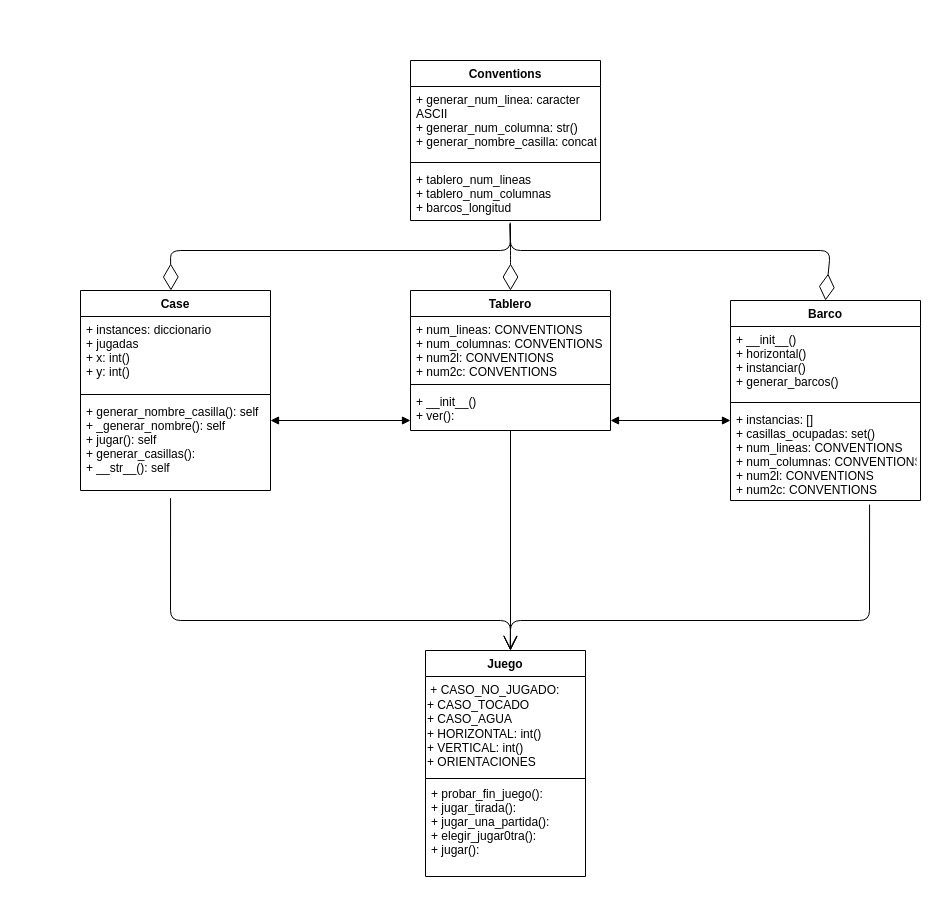
The draw.io diagram UMLS/diagramaclases.drawio in mgonzalz/barcos, before the edit. Source tidied: cells renumbered, new cells numbered last; positions are measured from the earlier drawing's top-left corner, leaving out a move shared by most shapes. Both pictures are drawn from the tidied source at 100%, with x=0, y=0 at pixel (80, 60).
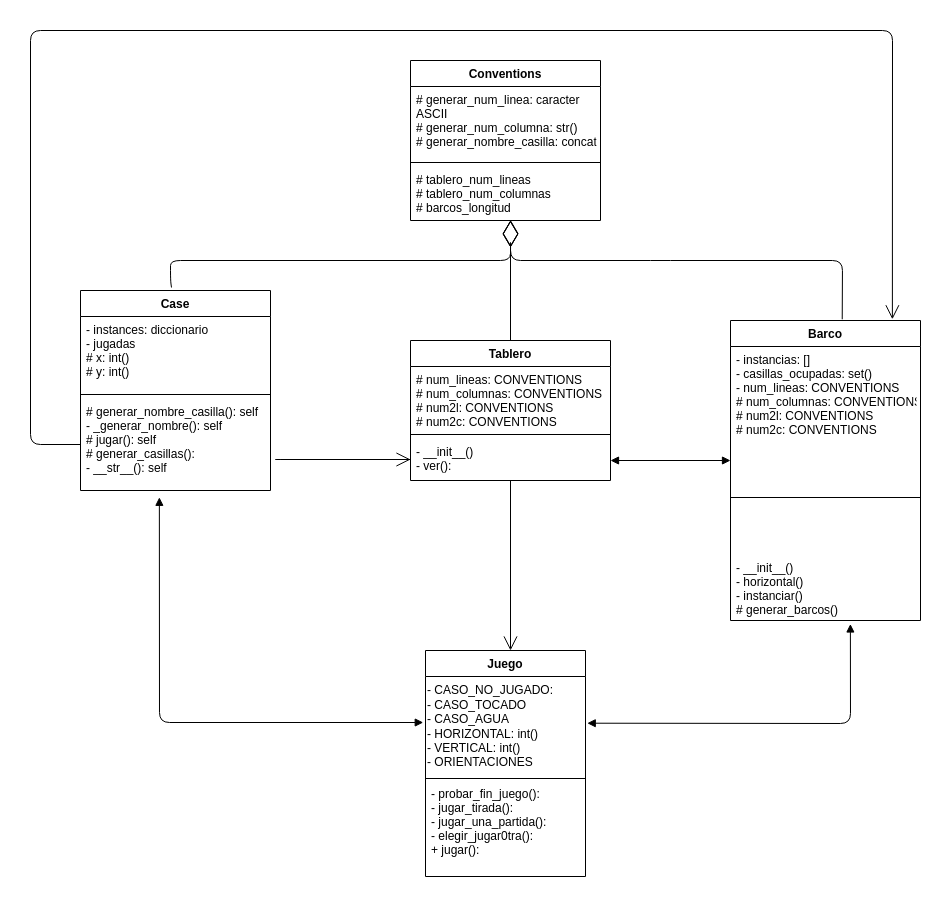
The same page after the edit.

The change refers to these unchanged cells:
```xml
<mxCell id="2" value="Conventions" style="swimlane;fontStyle=1;align=center;verticalAlign=top;horizontal=1;startSize=26;" parent="1" vertex="1">
  <mxGeometry x="330" width="190" height="160" as="geometry" />
</mxCell>
<mxCell id="6" value="Case" style="swimlane;fontStyle=1;align=center;verticalAlign=top;horizontal=1;startSize=26;" parent="1" vertex="1">
  <mxGeometry y="230" width="190" height="200" as="geometry" />
</mxCell>
<mxCell id="21" value="Juego" style="swimlane;fontStyle=1;align=center;verticalAlign=top;horizontal=1;startSize=26;" parent="1" vertex="1">
  <mxGeometry x="345" y="590" width="160" height="226" as="geometry" />
</mxCell>
```

What changed in the source:
```diff
@@
-    <mxCell id="3" value="+ generar_num_linea: caracter&#10;ASCII&#10;+ generar_num_columna: str()&#10;+ generar_nombre_casilla: concat" style="text;strokeColor=none;fillColor=none;align=left;verticalAlign=top;spacingLeft=4;spacingRight=4;overflow=hidden;" parent="2" vertex="1">
+    <mxCell id="3" value="# generar_num_linea: caracter&#10;ASCII&#10;# generar_num_columna: str()&#10;# generar_nombre_casilla: concat" style="text;strokeColor=none;fillColor=none;align=left;verticalAlign=top;spacingLeft=4;spacingRight=4;overflow=hidden;" parent="2" vertex="1">
       <mxGeometry y="26" width="190" height="72" as="geometry" />
     </mxCell>
@@
-    <mxCell id="5" value="+ tablero_num_lineas&#10;+ tablero_num_columnas&#10;+ barcos_longitud" style="text;strokeColor=none;fillColor=none;align=left;verticalAlign=top;spacingLeft=4;spacingRight=4;overflow=hidden;points=[[0,0.5],[1,0.5]];portConstraint=eastwest;" parent="2" vertex="1">
+    <mxCell id="5" value="# tablero_num_lineas&#10;# tablero_num_columnas&#10;# barcos_longitud" style="text;strokeColor=none;fillColor=none;align=left;verticalAlign=top;spacingLeft=4;spacingRight=4;overflow=hidden;points=[[0,0.5],[1,0.5]];portConstraint=eastwest;" parent="2" vertex="1">
       <mxGeometry y="106" width="190" height="54" as="geometry" />
     </mxCell>
@@
-    <mxCell id="7" value="+ instances: diccionario&#10;+ jugadas&#10;+ x: int()&#10;+ y: int()" style="text;strokeColor=none;fillColor=none;align=left;verticalAlign=top;spacingLeft=4;spacingRight=4;overflow=hidden;" parent="6" vertex="1">
+    <mxCell id="7" value="- instances: diccionario&#10;- jugadas&#10;# x: int()&#10;# y: int()" style="text;strokeColor=none;fillColor=none;align=left;verticalAlign=top;spacingLeft=4;spacingRight=4;overflow=hidden;" parent="6" vertex="1">
       <mxGeometry y="26" width="190" height="74" as="geometry" />
     </mxCell>
@@
-    <mxCell id="9" value="+ generar_nombre_casilla(): self&#10;+ _generar_nombre(): self&#10;+ jugar(): self&#10;+ generar_casillas():&#10;+ __str__(): self " style="text;strokeColor=none;fillColor=none;align=left;verticalAlign=top;spacingLeft=4;spacingRight=4;overflow=hidden;points=[[0,0.5],[1,0.5]];portConstraint=eastwest;" parent="6" vertex="1">
+    <mxCell id="9" value="# generar_nombre_casilla(): self&#10;- _generar_nombre(): self&#10;# jugar(): self&#10;# generar_casillas():&#10;- __str__(): self " style="text;strokeColor=none;fillColor=none;align=left;verticalAlign=top;spacingLeft=4;spacingRight=4;overflow=hidden;points=[[0,0.5],[1,0.5]];portConstraint=eastwest;" parent="6" vertex="1">
       <mxGeometry y="108" width="190" height="92" as="geometry" />
     </mxCell>
     <mxCell id="10" value="Barco" style="swimlane;fontStyle=1;align=center;verticalAlign=top;horizontal=1;startSize=26;" parent="1" vertex="1">
-      <mxGeometry x="650" y="240" width="190" height="200" as="geometry" />
+      <mxGeometry x="650" y="260" width="190" height="300" as="geometry" />
     </mxCell>
+    <mxCell id="13" value="- instancias: []&#10;- casillas_ocupadas: set()&#10;- num_lineas: CONVENTIONS&#10;# num_columnas: CONVENTIONS&#10;# num2l: CONVENTIONS&#10;# num2c: CONVENTIONS" style="text;strokeColor=none;fillColor=none;align=left;verticalAlign=top;spacingLeft=4;spacingRight=4;overflow=hidden;points=[[0,0.5],[1,0.5]];portConstraint=eastwest;" parent="10" vertex="1">
+      <mxGeometry y="26" width="190" height="94" as="geometry" />
+    </mxCell>
+    <mxCell id="12" style="line;strokeWidth=1;fillColor=none;align=left;verticalAlign=middle;spacingTop=-1;spacingLeft=3;spacingRight=3;labelPosition=right;strokeColor=inherit;" parent="10" vertex="1">
+      <mxGeometry y="120" width="190" height="114" as="geometry" />
+    </mxCell>
-    <mxCell id="11" value="+ __init__()&#10;+ horizontal()&#10;+ instanciar()&#10;+ generar_barcos()" style="text;strokeColor=none;fillColor=none;align=left;verticalAlign=top;spacingLeft=4;spacingRight=4;overflow=hidden;points=[[0,0.5],[1,0.5]];portConstraint=eastwest;" parent="10" vertex="1">
-      <mxGeometry y="26" width="190" height="72" as="geometry" />
+    <mxCell id="11" value="- __init__()&#10;- horizontal()&#10;- instanciar()&#10;# generar_barcos()" style="text;strokeColor=none;fillColor=none;align=left;verticalAlign=top;spacingLeft=4;spacingRight=4;overflow=hidden;points=[[0,0.5],[1,0.5]];portConstraint=eastwest;" parent="10" vertex="1">
+      <mxGeometry y="234" width="190" height="66" as="geometry" />
     </mxCell>
-    <mxCell id="12" style="line;strokeWidth=1;fillColor=none;align=left;verticalAlign=middle;spacingTop=-1;spacingLeft=3;spacingRight=3;labelPosition=right;strokeColor=inherit;" parent="10" vertex="1">
-      <mxGeometry y="98" width="190" height="8" as="geometry" />
-    </mxCell>
-    <mxCell id="13" value="+ instancias: []&#10;+ casillas_ocupadas: set()&#10;+ num_lineas: CONVENTIONS&#10;+ num_columnas: CONVENTIONS&#10;+ num2l: CONVENTIONS&#10;+ num2c: CONVENTIONS" style="text;strokeColor=none;fillColor=none;align=left;verticalAlign=top;spacingLeft=4;spacingRight=4;overflow=hidden;points=[[0,0.5],[1,0.5]];portConstraint=eastwest;" parent="10" vertex="1">
-      <mxGeometry y="106" width="190" height="94" as="geometry" />
-    </mxCell>
     <mxCell id="14" value="Tablero" style="swimlane;fontStyle=1;align=center;verticalAlign=top;horizontal=1;startSize=26;" parent="1" vertex="1">
-      <mxGeometry x="330" y="230" width="200" height="140" as="geometry" />
+      <mxGeometry x="330" y="280" width="200" height="140" as="geometry" />
     </mxCell>
-    <mxCell id="15" value="+ num_lineas: CONVENTIONS&#10;+ num_columnas: CONVENTIONS&#10;+ num2l: CONVENTIONS&#10;+ num2c: CONVENTIONS" style="text;strokeColor=none;fillColor=none;align=left;verticalAlign=top;spacingLeft=4;spacingRight=4;overflow=hidden;" parent="14" vertex="1">
+    <mxCell id="15" value="# num_lineas: CONVENTIONS&#10;# num_columnas: CONVENTIONS&#10;# num2l: CONVENTIONS&#10;# num2c: CONVENTIONS" style="text;strokeColor=none;fillColor=none;align=left;verticalAlign=top;spacingLeft=4;spacingRight=4;overflow=hidden;" parent="14" vertex="1">
       <mxGeometry y="26" width="200" height="64" as="geometry" />
     </mxCell>
@@
-    <mxCell id="17" value="+ __init__()&#10;+ ver():" style="text;strokeColor=none;fillColor=none;align=left;verticalAlign=top;spacingLeft=4;spacingRight=4;overflow=hidden;points=[[0,0.5],[1,0.5]];portConstraint=eastwest;" parent="14" vertex="1">
+    <mxCell id="17" value="- __init__()&#10;- ver():" style="text;strokeColor=none;fillColor=none;align=left;verticalAlign=top;spacingLeft=4;spacingRight=4;overflow=hidden;points=[[0,0.5],[1,0.5]];portConstraint=eastwest;" parent="14" vertex="1">
       <mxGeometry y="98" width="200" height="42" as="geometry" />
     </mxCell>
-    <mxCell id="18" style="endArrow=diamondThin;endFill=0;endSize=24;html=1;exitX=0.525;exitY=1.07;exitDx=0;exitDy=0;exitPerimeter=0;entryX=0.476;entryY=0;entryDx=0;entryDy=0;entryPerimeter=0;" parent="1" edge="1" source="5" target="6">
-      <mxGeometry relative="1" as="geometry">
-        <Array as="points">
-          <mxPoint x="430" y="190" />
-          <mxPoint x="90" y="190" />
-        </Array>
-      </mxGeometry>
-    </mxCell>
+    <mxCell id="30" style="endArrow=open;endFill=1;endSize=12;html=1;exitX=0;exitY=0.5;exitDx=0;exitDy=0;entryX=0;entryY=0.5;entryDx=0;entryDy=0;" parent="14" edge="1" source="17" target="17">
+      <mxGeometry relative="1" as="geometry">
+        <Array as="points">
+          <mxPoint x="-140" y="119" />
+        </Array>
+      </mxGeometry>
+    </mxCell>
-    <mxCell id="19" style="endArrow=diamondThin;endFill=0;endSize=24;html=1;exitX=0.525;exitY=1.039;exitDx=0;exitDy=0;exitPerimeter=0;entryX=0.5;entryY=0;entryDx=0;entryDy=0;" parent="1" edge="1" source="5" target="14">
+    <mxCell id="19" style="endArrow=diamondThin;endFill=0;endSize=24;html=1;exitX=0.5;exitY=0;exitDx=0;exitDy=0;entryX=0.527;entryY=0.99;entryDx=0;entryDy=0;entryPerimeter=0;" parent="1" edge="1" source="14" target="5">
       <mxGeometry relative="1" as="geometry">
         <Array as="points">
           <mxPoint x="430" y="180" />
           <mxPoint x="430" y="200" />
         </Array>
       </mxGeometry>
     </mxCell>
-    <mxCell id="20" style="endArrow=diamondThin;endFill=0;endSize=24;html=1;exitX=0.523;exitY=1.059;exitDx=0;exitDy=0;exitPerimeter=0;entryX=0.5;entryY=0;entryDx=0;entryDy=0;" parent="1" edge="1" source="5" target="10">
+    <mxCell id="20" style="endArrow=diamondThin;endFill=0;endSize=24;html=1;entryX=0.526;entryY=1.001;entryDx=0;entryDy=0;entryPerimeter=0;exitX=0.588;exitY=-0.004;exitDx=0;exitDy=0;exitPerimeter=0;" parent="1" edge="1" source="10" target="5">
       <mxGeometry relative="1" as="geometry">
         <Array as="points">
-          <mxPoint x="430" y="190" />
-          <mxPoint x="750" y="190" />
+          <mxPoint x="762" y="200" />
+          <mxPoint x="580" y="200" />
+          <mxPoint x="430" y="200" />
+          <mxPoint x="430" y="180" />
         </Array>
       </mxGeometry>
     </mxCell>
@@
-    <mxCell id="22" value="&amp;nbsp;+ CASO_NO_JUGADO:&lt;br&gt;+ CASO_TOCADO&lt;br&gt;+ CASO_AGUA&lt;br&gt;+ HORIZONTAL: int()&lt;br&gt;+ VERTICAL: int()&lt;br&gt;+ ORIENTACIONES" style="text;html=1;align=left;verticalAlign=middle;points=[];strokeColor=none;fillColor=none;" parent="21" vertex="1">
+    <mxCell id="22" value="- CASO_NO_JUGADO:&lt;br&gt;- CASO_TOCADO&lt;br&gt;- CASO_AGUA&lt;br&gt;- HORIZONTAL: int()&lt;br&gt;- VERTICAL: int()&lt;br&gt;- ORIENTACIONES" style="text;html=1;align=left;verticalAlign=middle;points=[];strokeColor=none;fillColor=none;" parent="21" vertex="1">
       <mxGeometry y="26" width="160" height="100" as="geometry" />
     </mxCell>
@@
-    <mxCell id="24" value="+ probar_fin_juego():&#10;+ jugar_tirada():&#10;+ jugar_una_partida():&#10;+ elegir_jugar0tra():&#10;+ jugar():&#10;" style="text;strokeColor=none;fillColor=none;align=left;verticalAlign=top;spacingLeft=4;spacingRight=4;overflow=hidden;" parent="21" vertex="1">
+    <mxCell id="24" value="- probar_fin_juego():&#10;- jugar_tirada():&#10;- jugar_una_partida():&#10;- elegir_jugar0tra():&#10;+ jugar():&#10;" style="text;strokeColor=none;fillColor=none;align=left;verticalAlign=top;spacingLeft=4;spacingRight=4;overflow=hidden;" parent="21" vertex="1">
       <mxGeometry y="130" width="160" height="96" as="geometry" />
     </mxCell>
-    <mxCell id="25" style="endArrow=block;startArrow=block;endFill=1;startFill=1;html=1;" parent="1" edge="1">
-      <mxGeometry relative="1" as="geometry">
-        <mxPoint x="190" y="360" as="sourcePoint" />
-        <mxPoint x="330" y="360" as="targetPoint" />
-      </mxGeometry>
-    </mxCell>
     <mxCell id="26" style="endArrow=block;startArrow=block;endFill=1;startFill=1;html=1;" parent="1" edge="1">
       <mxGeometry relative="1" as="geometry">
-        <mxPoint x="530" y="360" as="sourcePoint" />
-        <mxPoint x="650" y="360" as="targetPoint" />
+        <mxPoint x="530" y="400" as="sourcePoint" />
+        <mxPoint x="650" y="400" as="targetPoint" />
       </mxGeometry>
     </mxCell>
     <mxCell id="27" style="endArrow=open;endFill=1;endSize=12;html=1;" parent="1" edge="1">
       <mxGeometry relative="1" as="geometry">
-        <mxPoint x="430" y="370" as="sourcePoint" />
+        <mxPoint x="430" y="420" as="sourcePoint" />
         <mxPoint x="430" y="590" as="targetPoint" />
       </mxGeometry>
     </mxCell>
-    <mxCell id="28" style="endArrow=open;endFill=1;endSize=12;html=1;exitX=0.474;exitY=1.083;exitDx=0;exitDy=0;exitPerimeter=0;" parent="1" edge="1" source="9">
-      <mxGeometry relative="1" as="geometry">
-        <mxPoint x="430" y="590" as="targetPoint" />
-        <Array as="points">
-          <mxPoint x="90" y="560" />
-          <mxPoint x="430" y="560" />
-          <mxPoint x="430" y="580" />
-        </Array>
-      </mxGeometry>
-    </mxCell>
-    <mxCell id="29" style="endArrow=open;endFill=1;endSize=12;html=1;exitX=0.732;exitY=1.043;exitDx=0;exitDy=0;exitPerimeter=0;entryX=0.529;entryY=-0.003;entryDx=0;entryDy=0;entryPerimeter=0;" parent="1" edge="1" source="13" target="21">
-      <mxGeometry relative="1" as="geometry">
-        <Array as="points">
-          <mxPoint x="789" y="560" />
-          <mxPoint x="430" y="560" />
-        </Array>
-      </mxGeometry>
-    </mxCell>
+    <mxCell id="31" style="endArrow=open;endFill=1;endSize=12;html=1;entryX=0.852;entryY=-0.004;entryDx=0;entryDy=0;entryPerimeter=0;exitX=0;exitY=0.5;exitDx=0;exitDy=0;" parent="1" edge="1" source="9" target="10">
+      <mxGeometry relative="1" as="geometry">
+        <Array as="points">
+          <mxPoint x="-50" y="384" />
+          <mxPoint x="-50" y="-30" />
+          <mxPoint x="812" y="-30" />
+        </Array>
+      </mxGeometry>
+    </mxCell>
+    <mxCell id="32" style="endArrow=block;startArrow=block;endFill=1;startFill=1;html=1;exitX=1.011;exitY=0.467;exitDx=0;exitDy=0;exitPerimeter=0;entryX=0.631;entryY=1.053;entryDx=0;entryDy=0;entryPerimeter=0;" parent="1" edge="1" source="22" target="11">
+      <mxGeometry relative="1" as="geometry">
+        <Array as="points">
+          <mxPoint x="770" y="663" />
+        </Array>
+      </mxGeometry>
+    </mxCell>
+    <mxCell id="33" style="endArrow=block;startArrow=block;endFill=1;startFill=1;html=1;exitX=-0.014;exitY=0.46;exitDx=0;exitDy=0;exitPerimeter=0;entryX=0.415;entryY=1.074;entryDx=0;entryDy=0;entryPerimeter=0;" parent="1" edge="1" source="22" target="9">
+      <mxGeometry relative="1" as="geometry">
+        <Array as="points">
+          <mxPoint x="79" y="662" />
+        </Array>
+      </mxGeometry>
+    </mxCell>
+    <mxCell id="18" style="endArrow=diamondThin;endFill=0;endSize=24;html=1;exitX=0.479;exitY=-0.015;exitDx=0;exitDy=0;exitPerimeter=0;" parent="1" edge="1" source="6">
+      <mxGeometry relative="1" as="geometry">
+        <mxPoint x="430" y="160" as="targetPoint" />
+        <Array as="points">
+          <mxPoint x="90" y="220" />
+          <mxPoint x="90" y="200" />
+          <mxPoint x="430" y="200" />
+        </Array>
+      </mxGeometry>
+    </mxCell>
```
